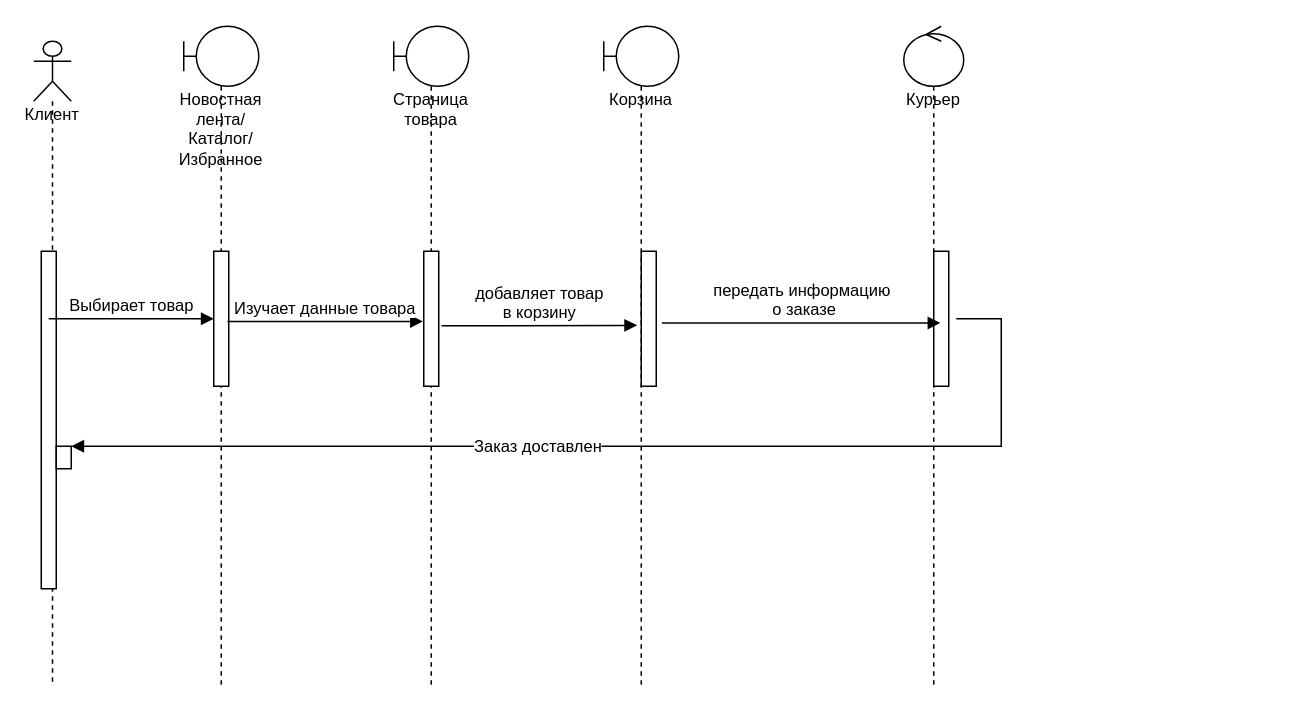
Before: page "Копия Диаграмма последовательности" (4 of 5) of Сис. инж. UseCase.drawio in Rattokun/ModelRep, a draw.io diagram. Source tidied: cells renumbered, new cells numbered last; positions are measured from the earlier drawing's top-left corner, leaving out a move shared by most shapes. Both pictures are drawn from the tidied source at 150%, with x=0, y=0 at pixel (33, 26).
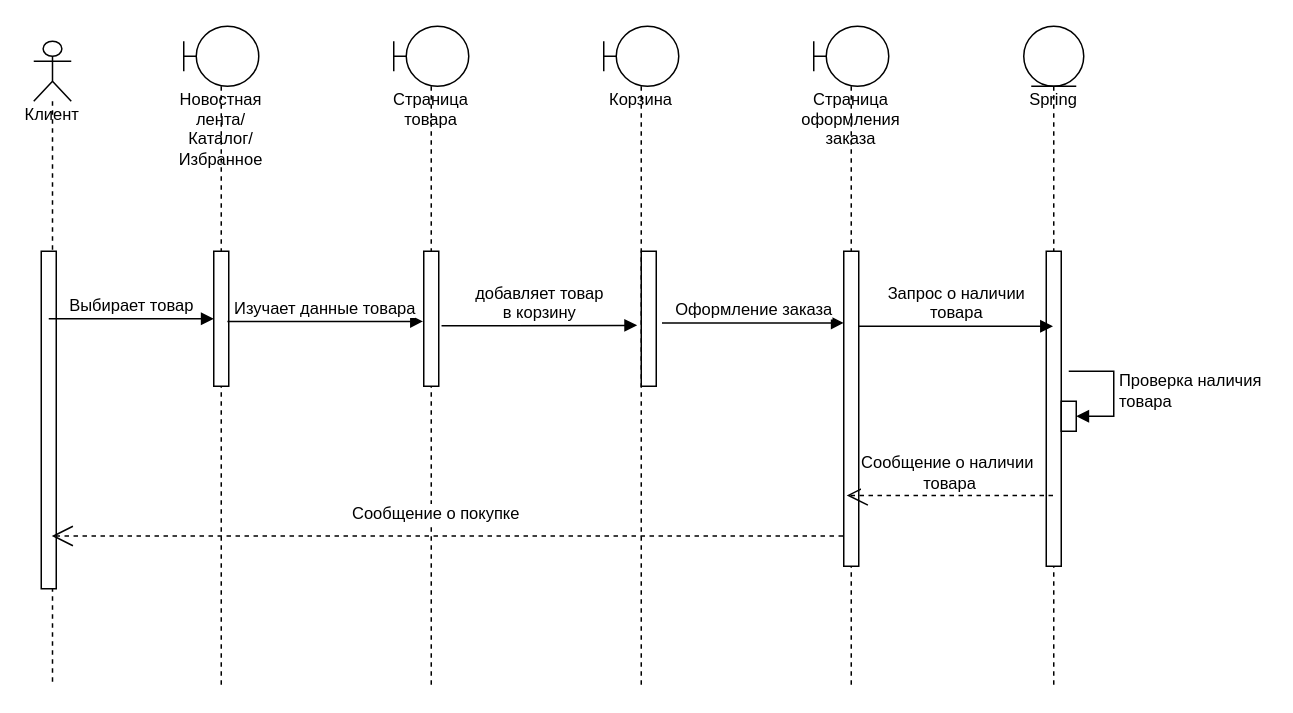
After the change.

The change refers to these unchanged cells:
```xml
<mxCell id="2" value="Клиент" style="shape=umlLifeline;participant=umlActor;perimeter=lifelinePerimeter;whiteSpace=wrap;html=1;verticalAlign=top;spacingTop=36;outlineConnect=0;fontFamily=Helvetica;fontSize=11;fontColor=default;" parent="1" vertex="1">
  <mxGeometry y="10" width="25" height="430" as="geometry" />
</mxCell>
<mxCell id="15" style="html=1;points=[];perimeter=orthogonalPerimeter;fontFamily=Helvetica;fontSize=11;fontColor=default;" parent="14" vertex="1">
  <mxGeometry x="25" y="150" width="10" height="90" as="geometry" />
</mxCell>
```

Change to the diagram source:
```diff
@@
-    <mxCell id="4" style="html=1;points=[];perimeter=orthogonalPerimeter;fontFamily=Helvetica;fontSize=11;fontColor=default;" parent="2" vertex="1">
-      <mxGeometry x="15" y="270" width="10" height="15" as="geometry" />
-    </mxCell>
@@
-    <mxCell id="7" value="Курьер" style="shape=umlLifeline;participant=umlControl;perimeter=lifelinePerimeter;whiteSpace=wrap;html=1;verticalAlign=top;spacingTop=36;fontFamily=Helvetica;fontSize=11;fontColor=default;" parent="1" vertex="1">
-      <mxGeometry x="580" width="40" height="440" as="geometry" />
-    </mxCell>
-    <mxCell id="8" style="html=1;perimeter=orthogonalPerimeter;fontFamily=Helvetica;fontSize=11;fontColor=default;" parent="7" vertex="1">
-      <mxGeometry x="20" y="150" width="10" height="90" as="geometry" />
-    </mxCell>
-    <mxCell id="9" value="Заказ доставлен" style="edgeStyle=orthogonalEdgeStyle;html=1;align=left;spacingLeft=2;endArrow=block;rounded=0;entryX=1;entryY=0;labelBackgroundColor=default;strokeColor=default;fontFamily=Helvetica;fontSize=11;fontColor=default;shape=connector;" parent="7" edge="1" target="4">
-      <mxGeometry x="0.28" relative="1" as="geometry">
-        <mxPoint x="35" y="195" as="sourcePoint" />
-        <Array as="points">
-          <mxPoint x="65" y="195" />
-        </Array>
-      </mxGeometry>
-    </mxCell>
@@
-    <mxCell id="17" value="передать информацию&lt;br&gt;&amp;nbsp;о заказе" style="html=1;verticalAlign=bottom;endArrow=block;rounded=0;labelBackgroundColor=default;strokeColor=default;fontFamily=Helvetica;fontSize=11;fontColor=default;shape=connector;exitX=1.383;exitY=0.531;exitDx=0;exitDy=0;exitPerimeter=0;" parent="1" edge="1" source="15">
-      <mxGeometry relative="1" as="geometry">
-        <mxPoint x="604.5" y="197.8" as="targetPoint" />
-      </mxGeometry>
+    <mxCell id="17" value="Оформление заказа" style="html=1;verticalAlign=bottom;endArrow=block;rounded=0;labelBackgroundColor=default;strokeColor=default;fontFamily=Helvetica;fontSize=11;fontColor=default;shape=connector;exitX=1.383;exitY=0.531;exitDx=0;exitDy=0;exitPerimeter=0;" parent="1" edge="1" source="15" target="19">
+      <mxGeometry relative="1" as="geometry" />
     </mxCell>
+    <mxCell id="18" value="Страница оформления заказа" style="shape=umlLifeline;participant=umlBoundary;perimeter=lifelinePerimeter;whiteSpace=wrap;html=1;verticalAlign=top;spacingTop=36;fontFamily=Helvetica;fontSize=11;fontColor=default;" parent="1" vertex="1">
+      <mxGeometry x="520" width="50" height="440" as="geometry" />
+    </mxCell>
+    <mxCell id="19" style="html=1;points=[];perimeter=orthogonalPerimeter;fontFamily=Helvetica;fontSize=11;fontColor=default;" parent="18" vertex="1">
+      <mxGeometry x="20" y="150" width="10" height="210" as="geometry" />
+    </mxCell>
+    <mxCell id="20" value="Spring&lt;br&gt;" style="shape=umlLifeline;participant=umlEntity;perimeter=lifelinePerimeter;whiteSpace=wrap;html=1;verticalAlign=top;spacingTop=36;outlineConnect=0;fontFamily=Helvetica;fontSize=11;fontColor=default;" parent="1" vertex="1">
+      <mxGeometry x="660" width="40" height="440" as="geometry" />
+    </mxCell>
+    <mxCell id="21" style="html=1;perimeter=orthogonalPerimeter;fontFamily=Helvetica;fontSize=11;fontColor=default;" parent="20" vertex="1">
+      <mxGeometry x="15" y="150" width="10" height="210" as="geometry" />
+    </mxCell>
+    <mxCell id="22" value="Обновление&lt;br&gt;&amp;nbsp;данных" style="edgeStyle=orthogonalEdgeStyle;html=1;align=left;spacingLeft=2;endArrow=block;rounded=0;entryX=1;entryY=0;labelBackgroundColor=default;strokeColor=default;fontFamily=Helvetica;fontSize=11;fontColor=default;shape=connector;exitX=1.167;exitY=0.242;exitDx=0;exitDy=0;exitPerimeter=0;" parent="20" edge="1">
+      <mxGeometry x="0.75" relative="1" as="geometry">
+        <mxPoint x="26.7" y="200" as="sourcePoint" />
+        <Array as="points">
+          <mxPoint x="60" y="200" />
+          <mxPoint x="60" y="250" />
+        </Array>
+      </mxGeometry>
+    </mxCell>
+    <mxCell id="23" style="html=1;points=[];perimeter=orthogonalPerimeter;outlineConnect=0;targetShapes=umlLifeline;portConstraint=eastwest;newEdgeStyle={&quot;edgeStyle&quot;:&quot;elbowEdgeStyle&quot;,&quot;elbow&quot;:&quot;vertical&quot;,&quot;curved&quot;:0,&quot;rounded&quot;:0};" parent="20" vertex="1">
+      <mxGeometry x="25" y="250" width="10" height="20" as="geometry" />
+    </mxCell>
+    <mxCell id="24" value="Проверка наличия&amp;nbsp;&lt;br&gt;товара" style="html=1;align=left;spacingLeft=2;endArrow=block;rounded=0;edgeStyle=orthogonalEdgeStyle;curved=0;rounded=0;" parent="20" edge="1" target="23">
+      <mxGeometry relative="1" as="geometry">
+        <mxPoint x="30" y="230" as="sourcePoint" />
+        <Array as="points">
+          <mxPoint x="60" y="260" />
+        </Array>
+      </mxGeometry>
+    </mxCell>
+    <mxCell id="25" value="Запрос о наличии&lt;br&gt;товара" style="html=1;verticalAlign=bottom;endArrow=block;rounded=0;labelBackgroundColor=default;strokeColor=default;fontFamily=Helvetica;fontSize=11;fontColor=default;shape=connector;" parent="1" edge="1" target="20">
+      <mxGeometry relative="1" as="geometry">
+        <mxPoint x="550" y="200" as="sourcePoint" />
+      </mxGeometry>
+    </mxCell>
+    <mxCell id="26" value="Сообщение о наличии&lt;br&gt;&amp;nbsp;товара" style="endArrow=open;endSize=12;dashed=1;html=1;rounded=0;labelBackgroundColor=default;strokeColor=default;fontFamily=Helvetica;fontSize=11;fontColor=default;shape=connector;entryX=0.198;entryY=0.775;entryDx=0;entryDy=0;entryPerimeter=0;" parent="1" edge="1" source="20" target="19">
+      <mxGeometry x="0.03" y="-15" relative="1" as="geometry" />
+    </mxCell>
+    <mxCell id="27" value="Сообщение о покупке" style="endArrow=open;endSize=12;dashed=1;html=1;rounded=0;labelBackgroundColor=default;strokeColor=default;fontFamily=Helvetica;fontSize=11;fontColor=default;shape=connector;exitX=-0.049;exitY=0.904;exitDx=0;exitDy=0;exitPerimeter=0;" parent="1" edge="1" source="19" target="2">
+      <mxGeometry x="0.03" y="-15" relative="1" as="geometry" />
+    </mxCell>
```
